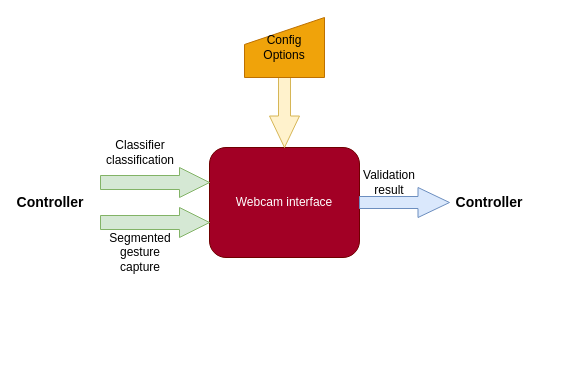
The draw.io diagram validator.drawio in GreatSharky/CoHSCI, before the edit. Source tidied: cells renumbered, new cells numbered last; positions are measured from the earlier drawing's top-left corner, leaving out a move shared by most shapes. Both pictures are drawn from the tidied source at 100%, with x=0, y=0 at pixel (20, 17).
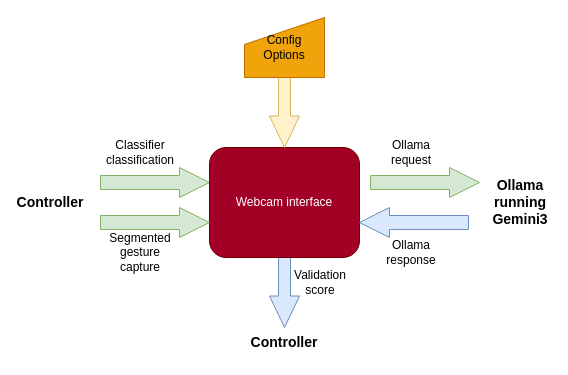
The same page after the edit.

Diff of the diagram source:
```diff
@@
 <mxGraphModel>
   <root>
     <mxCell id="0" />
     <mxCell id="1" parent="0" />
+    <mxCell id="13" style="shape=singleArrow;whiteSpace=wrap;html=1;arrowWidth=0.4;arrowSize=0.35;rotation=90;fillColor=#dae8fc;strokeColor=#6c8ebf;" parent="1" vertex="1">
+      <mxGeometry x="219" y="250" width="90" height="30" as="geometry" />
+    </mxCell>
+    <mxCell id="3" style="shape=singleArrow;whiteSpace=wrap;html=1;arrowWidth=0.4666666666666667;arrowSize=0.27522935779816515;fillColor=#d5e8d4;strokeColor=#82b366;" parent="1" vertex="1">
+      <mxGeometry x="80" y="150" width="109" height="30" as="geometry" />
+    </mxCell>
     <mxCell id="2" value="Webcam interface" style="rounded=1;whiteSpace=wrap;html=1;fillColor=#a20025;fontColor=#ffffff;strokeColor=#6F0000;" parent="1" vertex="1">
       <mxGeometry x="189" y="130" width="150" height="110" as="geometry" />
     </mxCell>
-    <mxCell id="3" style="shape=singleArrow;whiteSpace=wrap;html=1;arrowWidth=0.4666666666666667;arrowSize=0.27522935779816515;fillColor=#d5e8d4;strokeColor=#82b366;" parent="1" vertex="1">
-      <mxGeometry x="80" y="150" width="109" height="30" as="geometry" />
-    </mxCell>
     <mxCell id="4" value="Classifier classification" style="text;html=1;whiteSpace=wrap;strokeColor=none;fillColor=none;align=center;verticalAlign=middle;rounded=0;" parent="1" vertex="1">
       <mxGeometry x="90" y="120" width="60" height="30" as="geometry" />
     </mxCell>
     <mxCell id="5" value="Controller" style="text;html=1;whiteSpace=wrap;strokeColor=none;fillColor=none;align=center;verticalAlign=middle;rounded=0;fontSize=14;fontStyle=1;" parent="1" vertex="1">
       <mxGeometry y="170" width="60" height="30" as="geometry" />
     </mxCell>
     <mxCell id="6" value="Segmented gesture&lt;div&gt;capture&lt;/div&gt;" style="text;html=1;whiteSpace=wrap;strokeColor=none;fillColor=none;align=center;verticalAlign=middle;rounded=0;" parent="1" vertex="1">
       <mxGeometry x="90" y="220" width="60" height="30" as="geometry" />
     </mxCell>
-    <mxCell id="7" style="shape=singleArrow;whiteSpace=wrap;html=1;arrowWidth=0.4;arrowSize=0.35;fillColor=#dae8fc;strokeColor=#6c8ebf;" parent="1" vertex="1">
-      <mxGeometry x="339" y="170" width="90" height="30" as="geometry" />
-    </mxCell>
     <mxCell id="8" style="shape=singleArrow;whiteSpace=wrap;html=1;arrowWidth=0.4;arrowSize=0.35;rotation=90;fillColor=#fff2cc;strokeColor=#d6b656;" parent="1" vertex="1">
       <mxGeometry x="219" y="70" width="90" height="30" as="geometry" />
     </mxCell>
-    <mxCell id="9" value="Controller" style="text;html=1;whiteSpace=wrap;strokeColor=none;fillColor=none;align=center;verticalAlign=middle;rounded=0;fontSize=14;fontStyle=1;" parent="1" vertex="1">
-      <mxGeometry x="439" y="170" width="60" height="30" as="geometry" />
-    </mxCell>
-    <mxCell id="10" value="Validation result" style="text;html=1;whiteSpace=wrap;strokeColor=none;fillColor=none;align=center;verticalAlign=middle;rounded=0;" parent="1" vertex="1">
-      <mxGeometry x="339" y="150" width="60" height="30" as="geometry" />
+    <mxCell id="10" value="Ollama request" style="text;html=1;whiteSpace=wrap;strokeColor=none;fillColor=none;align=center;verticalAlign=middle;rounded=0;" parent="1" vertex="1">
+      <mxGeometry x="361" y="120" width="60" height="30" as="geometry" />
     </mxCell>
     <mxCell id="11" value="Config&lt;div&gt;Options&lt;/div&gt;" style="shape=manualInput;whiteSpace=wrap;html=1;size=27;fillColor=#f0a30a;fontColor=#000000;strokeColor=#BD7000;" parent="1" vertex="1">
       <mxGeometry x="224" width="80" height="60" as="geometry" />
     </mxCell>
     <mxCell id="12" style="shape=singleArrow;whiteSpace=wrap;html=1;arrowWidth=0.4666666666666667;arrowSize=0.27522935779816515;fillColor=#d5e8d4;strokeColor=#82b366;" parent="1" vertex="1">
       <mxGeometry x="80" y="190" width="109" height="30" as="geometry" />
     </mxCell>
+    <mxCell id="14" style="shape=singleArrow;whiteSpace=wrap;html=1;arrowWidth=0.4666666666666667;arrowSize=0.27522935779816515;fillColor=#d5e8d4;strokeColor=#82b366;" parent="1" vertex="1">
+      <mxGeometry x="350" y="150" width="109" height="30" as="geometry" />
+    </mxCell>
+    <mxCell id="15" style="shape=singleArrow;whiteSpace=wrap;html=1;arrowWidth=0.4666666666666667;arrowSize=0.27522935779816515;fillColor=#dae8fc;strokeColor=#6c8ebf;rotation=-180;" parent="1" vertex="1">
+      <mxGeometry x="339" y="190" width="109" height="30" as="geometry" />
+    </mxCell>
+    <mxCell id="16" value="Validation score" style="text;html=1;whiteSpace=wrap;strokeColor=none;fillColor=none;align=center;verticalAlign=middle;rounded=0;" parent="1" vertex="1">
+      <mxGeometry x="270" y="250" width="60" height="30" as="geometry" />
+    </mxCell>
+    <mxCell id="9" value="Controller" style="text;html=1;whiteSpace=wrap;strokeColor=none;fillColor=none;align=center;verticalAlign=middle;rounded=0;fontSize=14;fontStyle=1;" parent="1" vertex="1">
+      <mxGeometry x="234" y="310" width="60" height="30" as="geometry" />
+    </mxCell>
+    <mxCell id="17" value="Ollama running Gemini3" style="text;html=1;whiteSpace=wrap;strokeColor=none;fillColor=none;align=center;verticalAlign=middle;rounded=0;fontSize=14;fontStyle=1;" parent="1" vertex="1">
+      <mxGeometry x="470" y="170" width="60" height="30" as="geometry" />
+    </mxCell>
+    <mxCell id="18" value="Ollama response" style="text;html=1;whiteSpace=wrap;strokeColor=none;fillColor=none;align=center;verticalAlign=middle;rounded=0;" parent="1" vertex="1">
+      <mxGeometry x="361" y="220" width="60" height="30" as="geometry" />
+    </mxCell>
   </root>
 </mxGraphModel>
```
